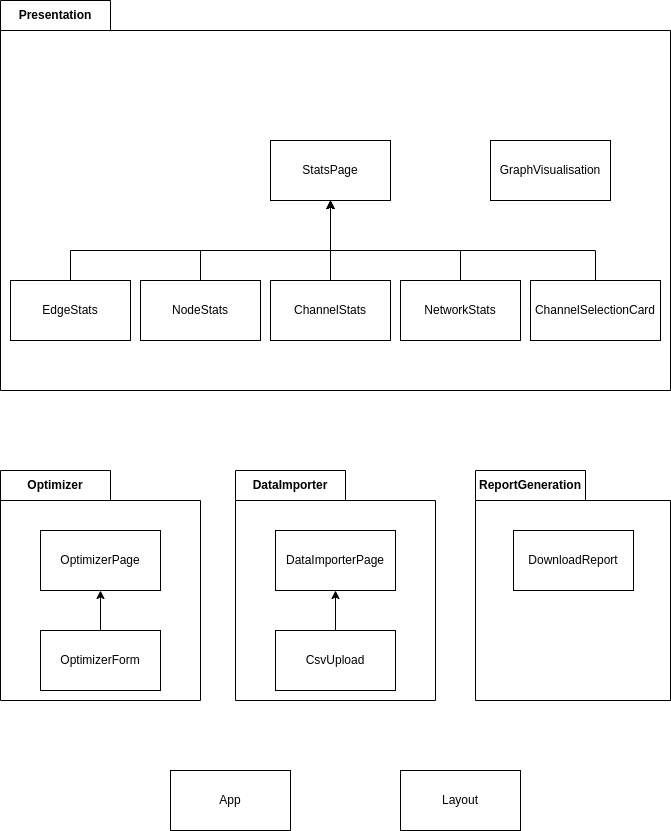
Earlier version of the draw.io export docs/diagrams/frontend-components.drawio.png (mGarbowski/pzsp2-projekt). Source tidied: cells renumbered, new cells last; positions are measured from the earlier drawing's top-left corner, leaving out a move shared by most shapes.
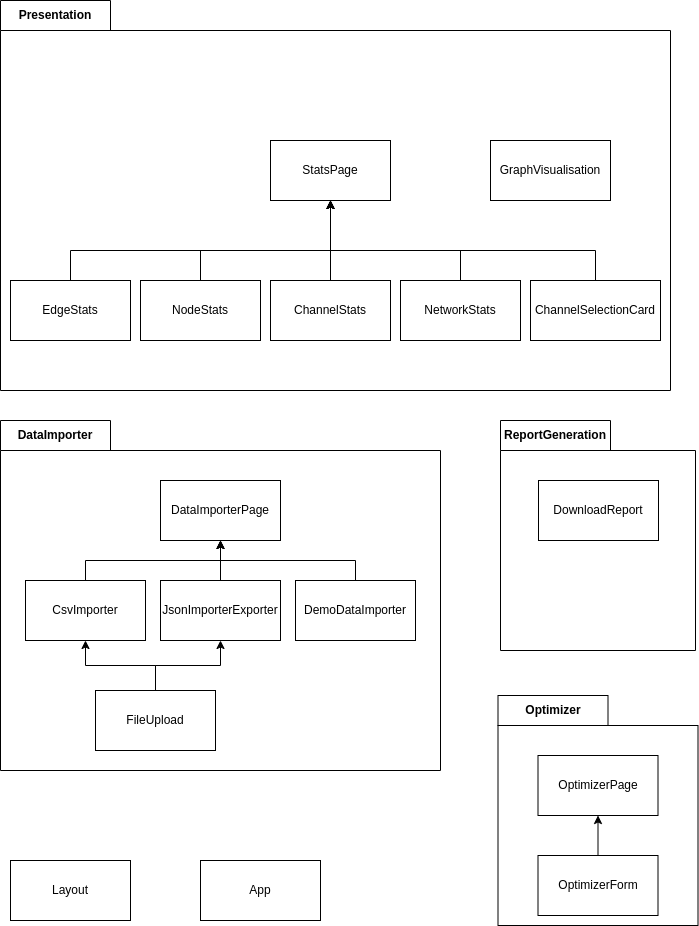
The same diagram one commit later.

Commit message:
update frontend components diagram

Diff of the diagram source:
```diff
@@ -67,7 +67,7 @@
       <mxGeometry x="490" y="140" width="120" height="60" as="geometry" />
     </mxCell>
     <mxCell id="16" value="Optimizer" style="shape=folder;fontStyle=1;tabWidth=110;tabHeight=30;tabPosition=left;html=1;boundedLbl=1;labelInHeader=1;whiteSpace=wrap;" parent="1" vertex="1">
-      <mxGeometry y="470" width="200" height="230" as="geometry" />
+      <mxGeometry x="497.5" y="695" width="200" height="230" as="geometry" />
     </mxCell>
     <mxCell id="17" style="html=1;strokeColor=none;fillColor=none;whiteSpace=wrap;" parent="16" vertex="1">
       <mxGeometry width="200" height="161" relative="1" as="geometry">
@@ -84,24 +84,55 @@
       <mxGeometry x="40" y="160" width="120" height="60" as="geometry" />
     </mxCell>
     <mxCell id="21" value="DataImporter" style="shape=folder;fontStyle=1;tabWidth=110;tabHeight=30;tabPosition=left;html=1;boundedLbl=1;labelInHeader=1;whiteSpace=wrap;" parent="1" vertex="1">
-      <mxGeometry x="235" y="470" width="200" height="230" as="geometry" />
+      <mxGeometry y="420" width="440" height="350" as="geometry" />
     </mxCell>
     <mxCell id="22" style="html=1;strokeColor=none;fillColor=none;whiteSpace=wrap;" parent="21" vertex="1">
-      <mxGeometry width="200" height="161" relative="1" as="geometry">
+      <mxGeometry width="440" height="245" relative="1" as="geometry">
         <mxPoint y="30" as="offset" />
       </mxGeometry>
     </mxCell>
+    <mxCell id="31" style="edgeStyle=orthogonalEdgeStyle;rounded=0;jettySize=auto;html=1;" parent="21" edge="1" source="32" target="23">
+      <mxGeometry relative="1" as="geometry">
+        <Array as="points">
+          <mxPoint x="355" y="140" />
+          <mxPoint x="220" y="140" />
+        </Array>
+      </mxGeometry>
+    </mxCell>
+    <mxCell id="32" value="DemoDataImporter" style="rounded=0;whiteSpace=wrap;html=1;" parent="21" vertex="1">
+      <mxGeometry x="295" y="160" width="120" height="60" as="geometry" />
+    </mxCell>
+    <mxCell id="33" style="edgeStyle=orthogonalEdgeStyle;rounded=0;jettySize=auto;html=1;" parent="21" edge="1" source="35" target="39">
+      <mxGeometry relative="1" as="geometry" />
+    </mxCell>
+    <mxCell id="34" style="edgeStyle=orthogonalEdgeStyle;rounded=0;jettySize=auto;html=1;" parent="21" edge="1" source="35" target="37">
+      <mxGeometry relative="1" as="geometry" />
+    </mxCell>
+    <mxCell id="35" value="FileUpload" style="rounded=0;whiteSpace=wrap;html=1;" parent="21" vertex="1">
+      <mxGeometry x="95" y="270" width="120" height="60" as="geometry" />
+    </mxCell>
+    <mxCell id="36" style="edgeStyle=orthogonalEdgeStyle;rounded=0;jettySize=auto;html=1;" parent="21" edge="1" source="37" target="23">
+      <mxGeometry relative="1" as="geometry" />
+    </mxCell>
+    <mxCell id="37" value="JsonImporterExporter" style="rounded=0;whiteSpace=wrap;html=1;" parent="21" vertex="1">
+      <mxGeometry x="160" y="160" width="120" height="60" as="geometry" />
+    </mxCell>
+    <mxCell id="38" style="edgeStyle=orthogonalEdgeStyle;rounded=0;jettySize=auto;html=1;" parent="21" edge="1" source="39" target="23">
+      <mxGeometry relative="1" as="geometry">
+        <Array as="points">
+          <mxPoint x="85" y="140" />
+          <mxPoint x="220" y="140" />
+        </Array>
+      </mxGeometry>
+    </mxCell>
+    <mxCell id="39" value="CsvImporter" style="rounded=0;whiteSpace=wrap;html=1;" parent="21" vertex="1">
+      <mxGeometry x="25" y="160" width="120" height="60" as="geometry" />
+    </mxCell>
     <mxCell id="23" value="DataImporterPage" style="rounded=0;whiteSpace=wrap;html=1;" parent="21" vertex="1">
-      <mxGeometry x="40" y="60" width="120" height="60" as="geometry" />
+      <mxGeometry x="160" y="60" width="120" height="60" as="geometry" />
     </mxCell>
-    <mxCell id="24" style="edgeStyle=orthogonalEdgeStyle;rounded=0;jettySize=auto;html=1;" parent="21" edge="1" source="25" target="23">
-      <mxGeometry relative="1" as="geometry" />
-    </mxCell>
-    <mxCell id="25" value="CsvUpload" style="rounded=0;whiteSpace=wrap;html=1;" parent="21" vertex="1">
-      <mxGeometry x="40" y="160" width="120" height="60" as="geometry" />
-    </mxCell>
     <mxCell id="26" value="ReportGeneration" style="shape=folder;fontStyle=1;tabWidth=110;tabHeight=30;tabPosition=left;html=1;boundedLbl=1;labelInHeader=1;whiteSpace=wrap;" parent="1" vertex="1">
-      <mxGeometry x="475" y="470" width="195" height="230" as="geometry" />
+      <mxGeometry x="500" y="420" width="195" height="230" as="geometry" />
     </mxCell>
     <mxCell id="27" style="html=1;strokeColor=none;fillColor=none;whiteSpace=wrap;" parent="26" vertex="1">
       <mxGeometry width="195" height="161" relative="1" as="geometry">
@@ -112,10 +143,10 @@
       <mxGeometry x="38" y="60" width="120" height="60" as="geometry" />
     </mxCell>
     <mxCell id="29" value="App" style="rounded=0;whiteSpace=wrap;html=1;" parent="1" vertex="1">
-      <mxGeometry x="170" y="770" width="120" height="60" as="geometry" />
+      <mxGeometry x="200" y="860" width="120" height="60" as="geometry" />
     </mxCell>
     <mxCell id="30" value="Layout" style="rounded=0;whiteSpace=wrap;html=1;" parent="1" vertex="1">
-      <mxGeometry x="400" y="770" width="120" height="60" as="geometry" />
+      <mxGeometry x="10" y="860" width="120" height="60" as="geometry" />
     </mxCell>
   </root>
 </mxGraphModel>
```
